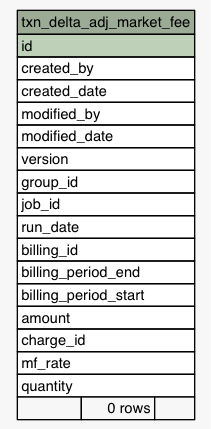
Earlier version of the Graphviz export Data/settlement/diagrams/summary/txn_delta_adj_market_fee.1degree.png (eyana-m/python-data-dictionary-writer). Its source is kept beside it as Data/settlement/diagrams/summary/txn_delta_adj_market_fee.1degree.dot.
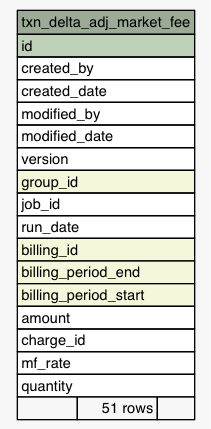
The same diagram one commit later.

Diff of the diagram source:
```diff
@@ -25,17 +25,17 @@
       <TR><TD PORT="modified_by" COLSPAN="3" ALIGN="LEFT">modified_by</TD></TR>
       <TR><TD PORT="modified_date" COLSPAN="3" ALIGN="LEFT">modified_date</TD></TR>
       <TR><TD PORT="version" COLSPAN="3" ALIGN="LEFT">version</TD></TR>
-      <TR><TD PORT="group_id" COLSPAN="3" ALIGN="LEFT">group_id</TD></TR>
+      <TR><TD PORT="group_id" COLSPAN="3" BGCOLOR="#f4f7da" ALIGN="LEFT">group_id</TD></TR>
       <TR><TD PORT="job_id" COLSPAN="3" ALIGN="LEFT">job_id</TD></TR>
       <TR><TD PORT="run_date" COLSPAN="3" ALIGN="LEFT">run_date</TD></TR>
-      <TR><TD PORT="billing_id" COLSPAN="3" ALIGN="LEFT">billing_id</TD></TR>
-      <TR><TD PORT="billing_period_end" COLSPAN="3" ALIGN="LEFT">billing_period_end</TD></TR>
-      <TR><TD PORT="billing_period_start" COLSPAN="3" ALIGN="LEFT">billing_period_start</TD></TR>
+      <TR><TD PORT="billing_id" COLSPAN="3" BGCOLOR="#f4f7da" ALIGN="LEFT">billing_id</TD></TR>
+      <TR><TD PORT="billing_period_end" COLSPAN="3" BGCOLOR="#f4f7da" ALIGN="LEFT">billing_period_end</TD></TR>
+      <TR><TD PORT="billing_period_start" COLSPAN="3" BGCOLOR="#f4f7da" ALIGN="LEFT">billing_period_start</TD></TR>
       <TR><TD PORT="amount" COLSPAN="3" ALIGN="LEFT">amount</TD></TR>
       <TR><TD PORT="charge_id" COLSPAN="3" ALIGN="LEFT">charge_id</TD></TR>
       <TR><TD PORT="mf_rate" COLSPAN="3" ALIGN="LEFT">mf_rate</TD></TR>
       <TR><TD PORT="quantity" COLSPAN="3" ALIGN="LEFT">quantity</TD></TR>
-      <TR><TD ALIGN="LEFT" BGCOLOR="#f7f7f7">  </TD><TD ALIGN="RIGHT" BGCOLOR="#f7f7f7">0 rows</TD><TD ALIGN="RIGHT" BGCOLOR="#f7f7f7">  </TD></TR>
+      <TR><TD ALIGN="LEFT" BGCOLOR="#f7f7f7">  </TD><TD ALIGN="RIGHT" BGCOLOR="#f7f7f7">51 rows</TD><TD ALIGN="RIGHT" BGCOLOR="#f7f7f7">  </TD></TR>
     </TABLE>>
     URL="tables/txn_delta_adj_market_fee.html"
     tooltip="txn_delta_adj_market_fee"
```
